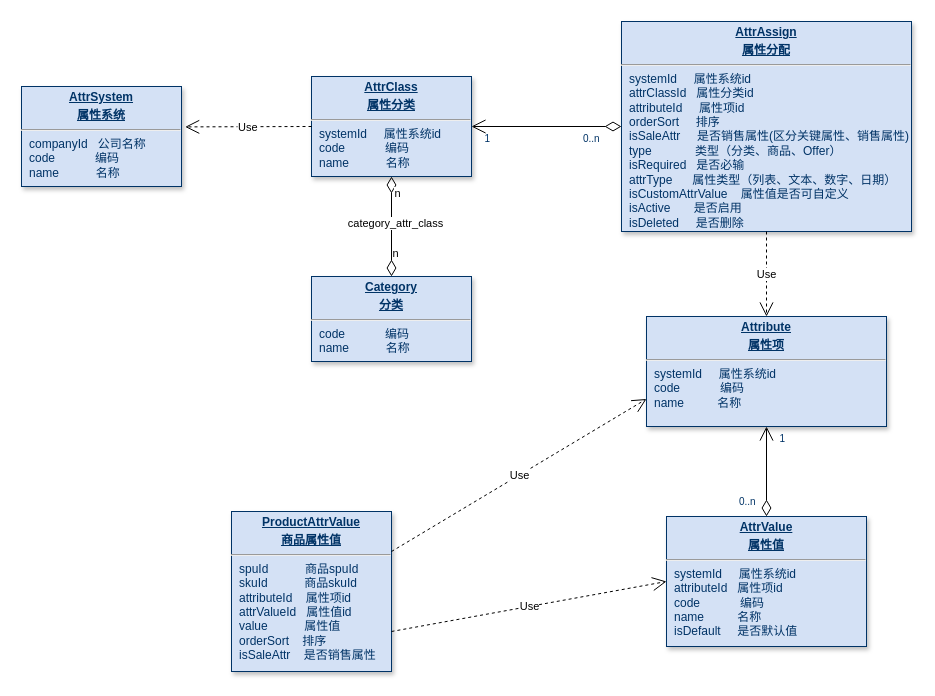
rockywade/draw keeps this draw.io diagram as 美one-属性项值.drawio. Above is the earlier version. Source tidied: cells renumbered, new cells numbered last; positions are measured from the earlier drawing's top-left corner, leaving out a move shared by most shapes. Both pictures are drawn from the tidied source at 100%, with x=0, y=0 at pixel (21, 21).
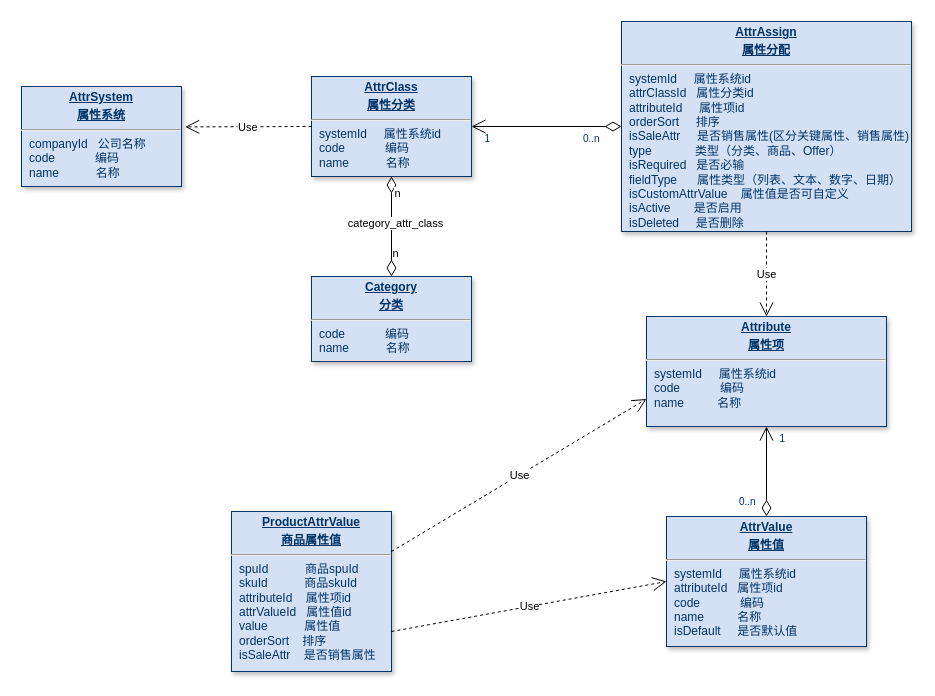
The same page after the edit.

Commit message:
更新美one-属性项值.drawio

The edit, as a diff of the source:
```diff
@@
-    <mxCell id="10" value="&lt;p style=&quot;margin: 4px 0px 0px; text-align: center;&quot;&gt;&lt;b&gt;&lt;u&gt;AttrAssign&lt;/u&gt;&lt;/b&gt;&lt;br&gt;&lt;/p&gt;&lt;p style=&quot;margin: 4px 0px 0px; text-align: center;&quot;&gt;&lt;b&gt;&lt;u&gt;属性分配&lt;/u&gt;&lt;/b&gt;&lt;br&gt;&lt;/p&gt;&lt;hr&gt;&lt;p style=&quot;margin: 0px; margin-left: 8px;&quot;&gt;systemId&amp;nbsp; &amp;nbsp; &amp;nbsp;属性系统id&lt;/p&gt;&lt;p style=&quot;margin: 0px; margin-left: 8px;&quot;&gt;attrClassId&amp;nbsp; &amp;nbsp;属性分类id&lt;br&gt;&lt;/p&gt;&lt;p style=&quot;margin: 0px; margin-left: 8px;&quot;&gt;attributeId&amp;nbsp; &amp;nbsp; &amp;nbsp;属性项id&lt;/p&gt;&lt;p style=&quot;margin: 0px; margin-left: 8px;&quot;&gt;orderSort&amp;nbsp; &amp;nbsp; &amp;nbsp;排序&lt;br&gt;&lt;/p&gt;&lt;p style=&quot;margin: 0px; margin-left: 8px;&quot;&gt;isSaleAttr&amp;nbsp; &amp;nbsp; &amp;nbsp;是否销售属性(区分关键属性、销售属性)&lt;br&gt;&lt;/p&gt;&lt;p style=&quot;margin: 0px; margin-left: 8px;&quot;&gt;type&amp;nbsp; &amp;nbsp; &amp;nbsp; &amp;nbsp; &amp;nbsp; &amp;nbsp; &amp;nbsp;类型（分类、商品、Offer）&lt;br&gt;&lt;/p&gt;&lt;p style=&quot;margin: 0px; margin-left: 8px;&quot;&gt;isRequired&amp;nbsp; &amp;nbsp;是否必输&lt;br&gt;&lt;/p&gt;&lt;p style=&quot;margin: 0px; margin-left: 8px;&quot;&gt;attrType&amp;nbsp; &amp;nbsp; &amp;nbsp; 属性类型（列表、文本、数字、日期）&lt;/p&gt;&lt;p style=&quot;margin: 0px; margin-left: 8px;&quot;&gt;isCustomAttrValue&amp;nbsp; &amp;nbsp; 属性值是否可自定义&lt;br&gt;&lt;/p&gt;&lt;p style=&quot;margin: 0px; margin-left: 8px;&quot;&gt;isActive&amp;nbsp; &amp;nbsp; &amp;nbsp; &amp;nbsp;是否启用&lt;/p&gt;&lt;p style=&quot;margin: 0px; margin-left: 8px;&quot;&gt;isDeleted&amp;nbsp; &amp;nbsp; &amp;nbsp;是否删除&lt;/p&gt;" style="verticalAlign=top;align=left;overflow=fill;fontSize=12;fontFamily=Helvetica;html=1;strokeColor=#003366;shadow=1;fillColor=#D4E1F5;fontColor=#003366;" parent="1" vertex="1">
+    <mxCell id="10" value="&lt;p style=&quot;margin: 4px 0px 0px; text-align: center;&quot;&gt;&lt;b&gt;&lt;u&gt;AttrAssign&lt;/u&gt;&lt;/b&gt;&lt;br&gt;&lt;/p&gt;&lt;p style=&quot;margin: 4px 0px 0px; text-align: center;&quot;&gt;&lt;b&gt;&lt;u&gt;属性分配&lt;/u&gt;&lt;/b&gt;&lt;br&gt;&lt;/p&gt;&lt;hr&gt;&lt;p style=&quot;margin: 0px; margin-left: 8px;&quot;&gt;systemId&amp;nbsp; &amp;nbsp; &amp;nbsp;属性系统id&lt;/p&gt;&lt;p style=&quot;margin: 0px; margin-left: 8px;&quot;&gt;attrClassId&amp;nbsp; &amp;nbsp;属性分类id&lt;br&gt;&lt;/p&gt;&lt;p style=&quot;margin: 0px; margin-left: 8px;&quot;&gt;attributeId&amp;nbsp; &amp;nbsp; &amp;nbsp;属性项id&lt;/p&gt;&lt;p style=&quot;margin: 0px; margin-left: 8px;&quot;&gt;orderSort&amp;nbsp; &amp;nbsp; &amp;nbsp;排序&lt;br&gt;&lt;/p&gt;&lt;p style=&quot;margin: 0px; margin-left: 8px;&quot;&gt;isSaleAttr&amp;nbsp; &amp;nbsp; &amp;nbsp;是否销售属性(区分关键属性、销售属性)&lt;br&gt;&lt;/p&gt;&lt;p style=&quot;margin: 0px; margin-left: 8px;&quot;&gt;type&amp;nbsp; &amp;nbsp; &amp;nbsp; &amp;nbsp; &amp;nbsp; &amp;nbsp; &amp;nbsp;类型（分类、商品、Offer）&lt;br&gt;&lt;/p&gt;&lt;p style=&quot;margin: 0px; margin-left: 8px;&quot;&gt;isRequired&amp;nbsp; &amp;nbsp;是否必输&lt;br&gt;&lt;/p&gt;&lt;p style=&quot;margin: 0px; margin-left: 8px;&quot;&gt;fieldType&amp;nbsp; &amp;nbsp; &amp;nbsp; 属性类型（列表、文本、数字、日期）&lt;/p&gt;&lt;p style=&quot;margin: 0px; margin-left: 8px;&quot;&gt;isCustomAttrValue&amp;nbsp; &amp;nbsp; 属性值是否可自定义&lt;br&gt;&lt;/p&gt;&lt;p style=&quot;margin: 0px; margin-left: 8px;&quot;&gt;isActive&amp;nbsp; &amp;nbsp; &amp;nbsp; &amp;nbsp;是否启用&lt;/p&gt;&lt;p style=&quot;margin: 0px; margin-left: 8px;&quot;&gt;isDeleted&amp;nbsp; &amp;nbsp; &amp;nbsp;是否删除&lt;/p&gt;" style="verticalAlign=top;align=left;overflow=fill;fontSize=12;fontFamily=Helvetica;html=1;strokeColor=#003366;shadow=1;fillColor=#D4E1F5;fontColor=#003366;" parent="1" vertex="1">
       <mxGeometry x="600" width="290" height="210" as="geometry" />
     </mxCell>
```
